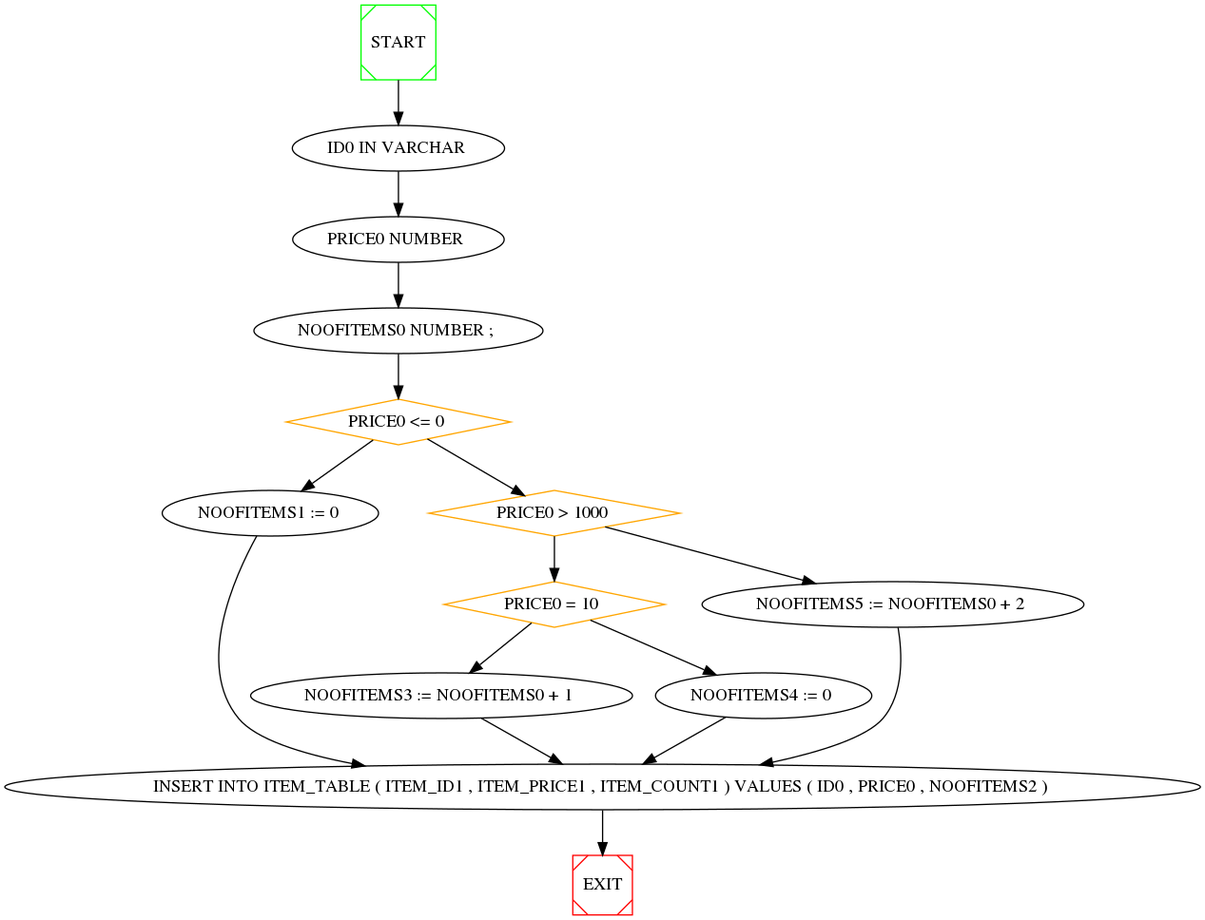
NabeelQaiser/BTP_2k18-19 keeps this Graphviz diagram as se/versioned_graph.png. Above is the earlier version. Its source is kept beside it as se/versioned_graph.dot. The source it was exported from:
```dot
digraph G {


	0[ label=""  ] ;

	0 -> 1 ;

	1[ label="ID0 IN VARCHAR "  ] ;

	1 -> 2 ;

	2[ label="PRICE0 NUMBER "  ] ;

	2 -> 3 ;

	3[ label="NOOFITEMS0 NUMBER ; "  ] ;

	3 -> 4 ;

	4[ label="PRICE0 <= 0 " , color=orange, shape=diamond ] ;

	4 -> 5 ;
	4 -> 6 ;

	5[ label="NOOFITEMS1 := 0 "  ] ;

	5 -> 11 ;

	6[ label="PRICE0 > 1000 " , color=orange, shape=diamond ] ;

	6 -> 8 ;
	6 -> 7 ;

	7[ label="NOOFITEMS5 := NOOFITEMS0 + 2 "  ] ;

	7 -> 11 ;

	8[ label="PRICE0 = 10 " , color=orange, shape=diamond ] ;

	8 -> 9 ;
	8 -> 10 ;

	9[ label="NOOFITEMS3 := NOOFITEMS0 + 1 "  ] ;

	9 -> 11 ;

	10[ label="NOOFITEMS4 := 0 "  ] ;

	10 -> 11 ;

	11[ label="INSERT INTO ITEM_TABLE ( ITEM_ID1 , ITEM_PRICE1 , ITEM_COUNT1 ) VALUES ( ID0 , PRICE0 , NOOFITEMS2 ) "  ] ;

	0[ label="START", shape=Msquare, color=green ] ;
	11 -> EXIT ;EXIT[ shape=Msquare, color=red ] ;

}
```
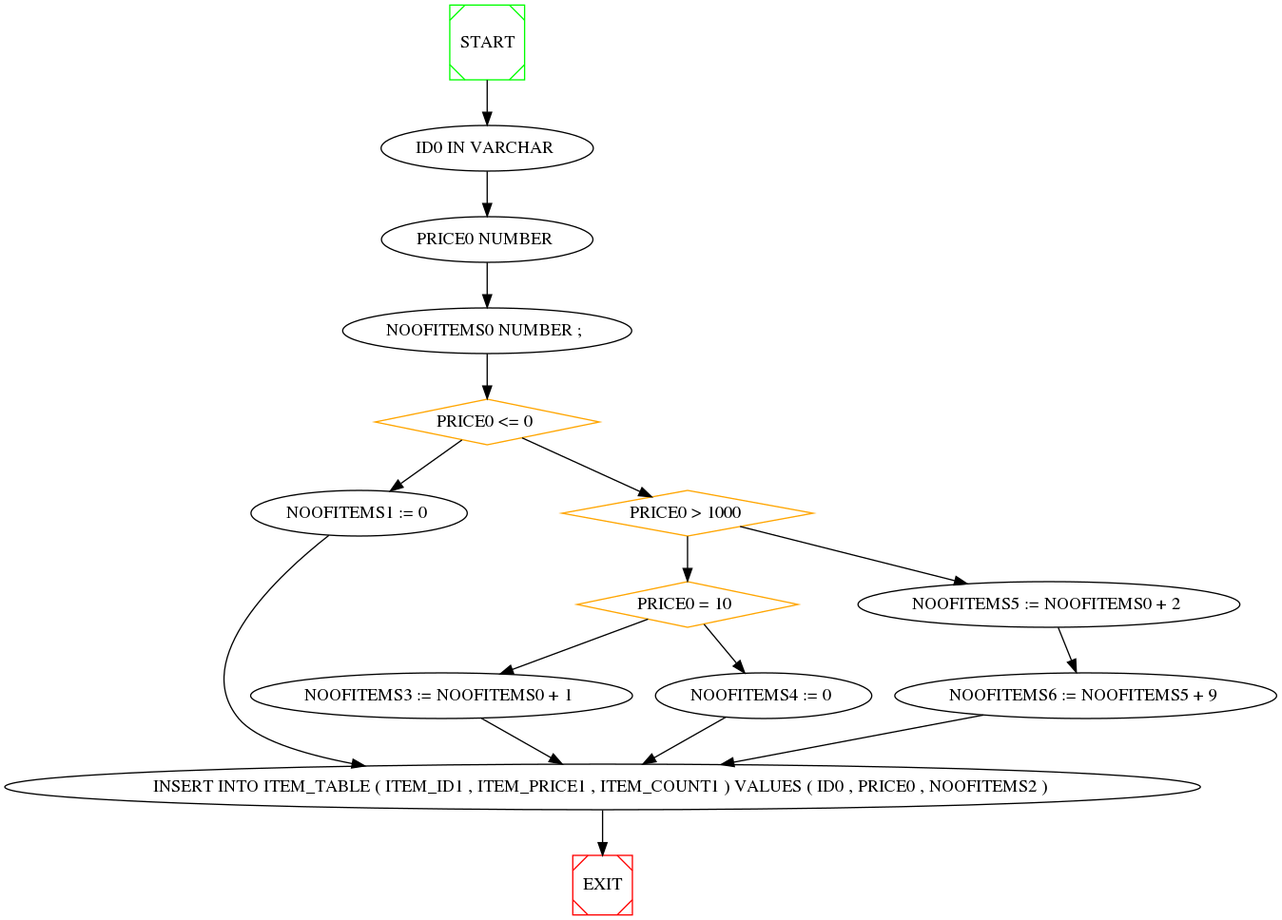
The same file after the commit.

The edit, as a diff of the source:
```diff
@@ -24,33 +24,37 @@
 
 	5[ label="NOOFITEMS1 := 0 "  ] ;
 
-	5 -> 11 ;
+	5 -> 12 ;
 
 	6[ label="PRICE0 > 1000 " , color=orange, shape=diamond ] ;
 
-	6 -> 8 ;
+	6 -> 9 ;
 	6 -> 7 ;
 
 	7[ label="NOOFITEMS5 := NOOFITEMS0 + 2 "  ] ;
 
-	7 -> 11 ;
+	7 -> 8 ;
 
-	8[ label="PRICE0 = 10 " , color=orange, shape=diamond ] ;
+	8[ label="NOOFITEMS6 := NOOFITEMS5 + 9 "  ] ;
 
-	8 -> 9 ;
-	8 -> 10 ;
+	8 -> 12 ;
 
-	9[ label="NOOFITEMS3 := NOOFITEMS0 + 1 "  ] ;
+	9[ label="PRICE0 = 10 " , color=orange, shape=diamond ] ;
 
+	9 -> 10 ;
 	9 -> 11 ;
 
-	10[ label="NOOFITEMS4 := 0 "  ] ;
+	10[ label="NOOFITEMS3 := NOOFITEMS0 + 1 "  ] ;
 
-	10 -> 11 ;
+	10 -> 12 ;
 
-	11[ label="INSERT INTO ITEM_TABLE ( ITEM_ID1 , ITEM_PRICE1 , ITEM_COUNT1 ) VALUES ( ID0 , PRICE0 , NOOFITEMS2 ) "  ] ;
+	11[ label="NOOFITEMS4 := 0 "  ] ;
+
+	11 -> 12 ;
+
+	12[ label="INSERT INTO ITEM_TABLE ( ITEM_ID1 , ITEM_PRICE1 , ITEM_COUNT1 ) VALUES ( ID0 , PRICE0 , NOOFITEMS2 ) "  ] ;
 
 	0[ label="START", shape=Msquare, color=green ] ;
-	11 -> EXIT ;EXIT[ shape=Msquare, color=red ] ;
+	12 -> EXIT ;EXIT[ shape=Msquare, color=red ] ;
 
 }
```
